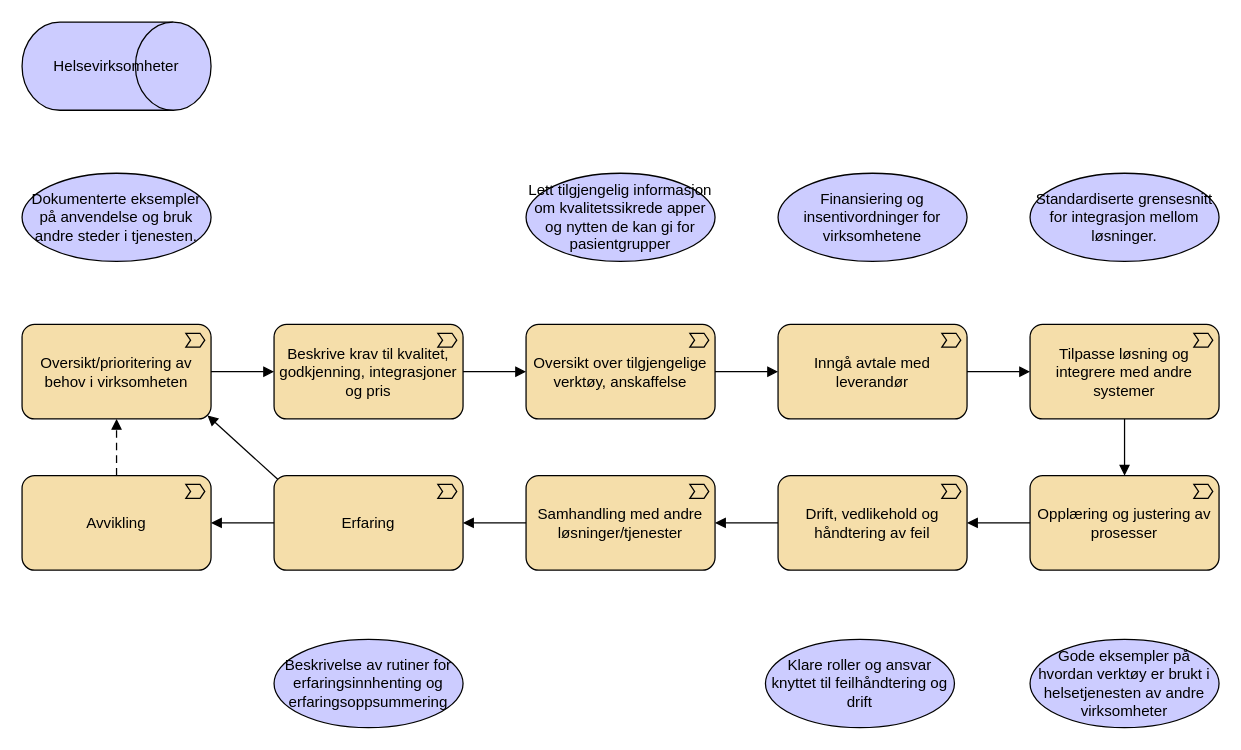
Above: page "verdikjede-virksomheter" (8 of 8) of docs/strategi/value-chain.drawio in hdir/Digital-Forstelinje (draw.io), before the change. Source tidied: cells renumbered, new cells numbered last; positions are measured from the earlier drawing's top-left corner, leaving out a move shared by most shapes. Both pictures are drawn from the tidied source at 126%, with x=0, y=0 at pixel (21, 21).
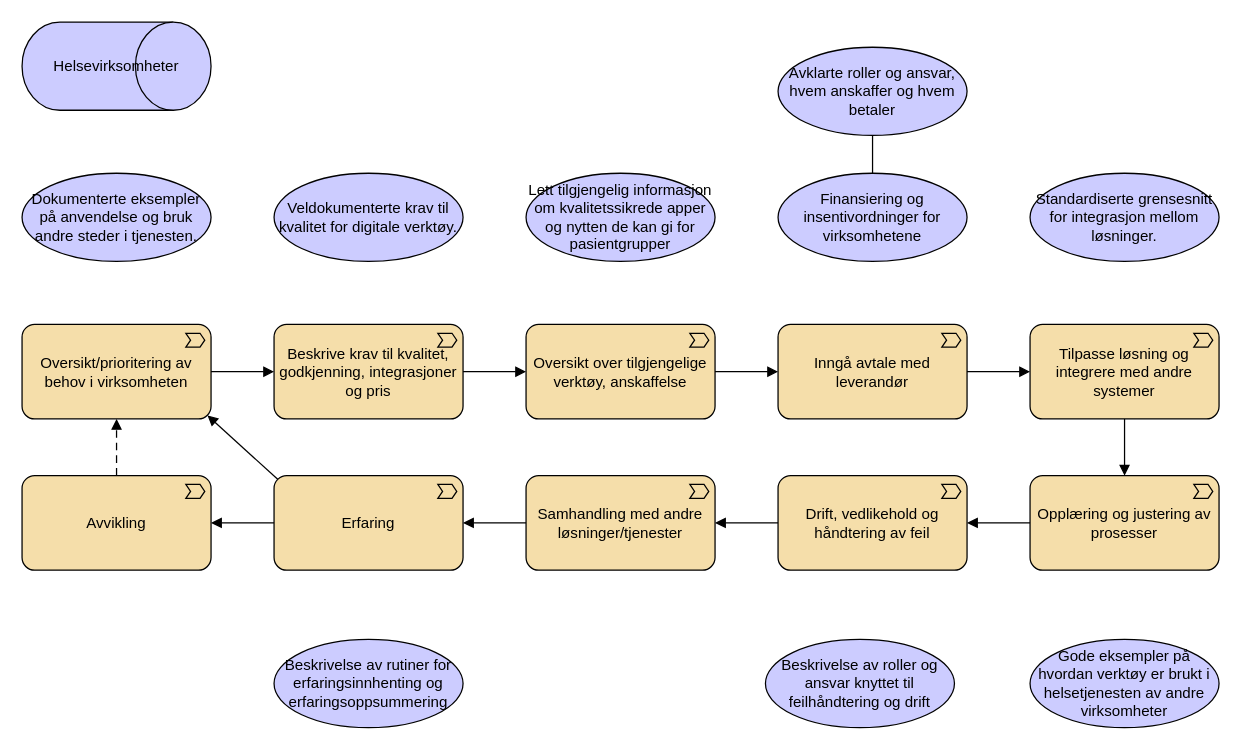
After the change.

The change refers to these unchanged cells:
```xml
<mxCell id="25" value="Finansiering og insentivordninger for virksomhetene" style="shape=ellipse;html=1;whiteSpace=wrap;fillColor=#CCCCFF;" parent="1" vertex="1">
  <mxGeometry x="600" y="120" width="150" height="70" as="geometry" />
</mxCell>
```

Diff of the diagram source:
```diff
@@
-    <mxCell id="28" value="Klare roller og ansvar knyttet til feilhåndtering og drift" style="shape=ellipse;html=1;whiteSpace=wrap;fillColor=#CCCCFF;" parent="1" vertex="1">
+    <mxCell id="28" value="Beskrivelse av roller og ansvar knyttet til feilhåndtering og drift" style="shape=ellipse;html=1;whiteSpace=wrap;fillColor=#CCCCFF;" parent="1" vertex="1">
       <mxGeometry x="590" y="490" width="150" height="70" as="geometry" />
     </mxCell>
@@
+    <mxCell id="31" value="Veldokumenterte krav til kvalitet for digitale verktøy." style="shape=ellipse;html=1;whiteSpace=wrap;fillColor=#CCCCFF;" parent="1" vertex="1">
+      <mxGeometry x="200" y="120" width="150" height="70" as="geometry" />
+    </mxCell>
+    <mxCell id="32" value="Avklarte roller og ansvar, hvem anskaffer og hvem betaler" style="shape=ellipse;html=1;whiteSpace=wrap;fillColor=#CCCCFF;" parent="1" vertex="1">
+      <mxGeometry x="600" y="20" width="150" height="70" as="geometry" />
+    </mxCell>
+    <mxCell id="33" style="edgeStyle=elbowEdgeStyle;html=1;endArrow=none;elbow=vertical;entryX=0.5;entryY=1;entryDx=0;entryDy=0;exitX=0.5;exitY=0;exitDx=0;exitDy=0;" parent="1" edge="1" source="25" target="32">
+      <mxGeometry relative="1" as="geometry" />
+    </mxCell>
```
